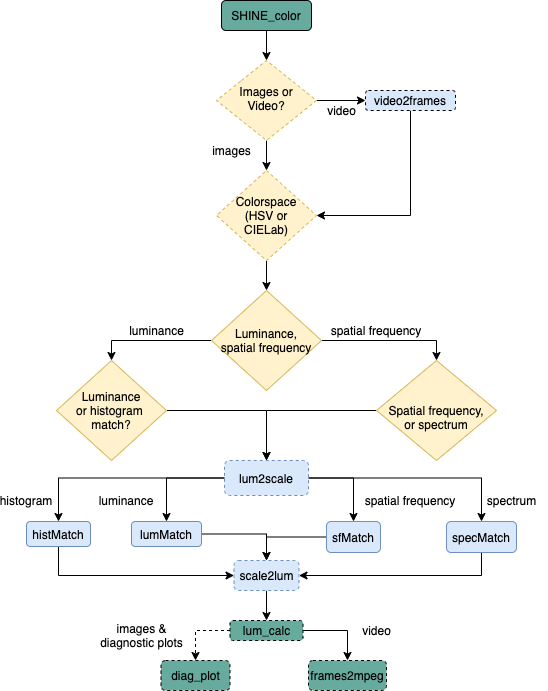
RodDalBen/SHINE_color keeps this draw.io diagram as paper/fig1.png. Above is the earlier version. Source tidied: cells renumbered, new cells last; positions are measured from the earlier drawing's top-left corner, leaving out a move shared by most shapes.
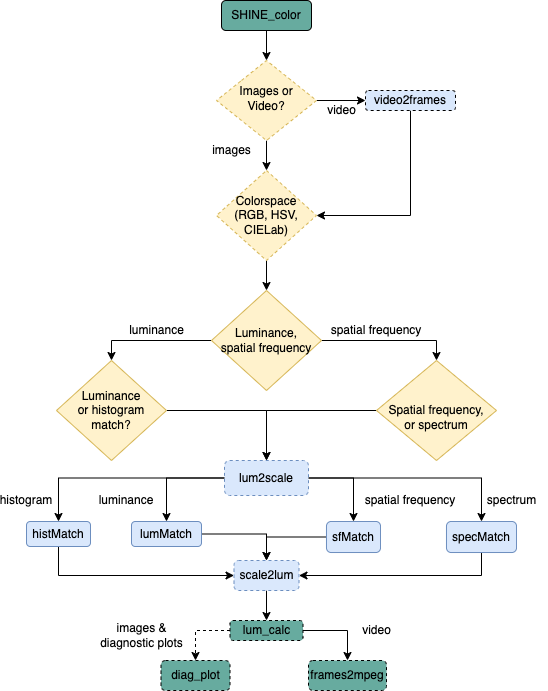
The same diagram one commit later.

Diff of the diagram source:
```diff
@@ -30,7 +30,7 @@
     <mxCell id="9" style="edgeStyle=orthogonalEdgeStyle;rounded=0;jettySize=auto;html=1;" parent="1" edge="1" source="10" target="13">
       <mxGeometry relative="1" as="geometry" />
     </mxCell>
-    <mxCell id="10" value="Colorspace&lt;br&gt;(HSV or&lt;br&gt;CIELab)" style="rhombus;whiteSpace=wrap;html=1;fillColor=#fff2cc;strokeColor=#d6b656;dashed=1;" parent="1" vertex="1">
+    <mxCell id="10" value="Colorspace&lt;br&gt;(RGB, HSV,&lt;br&gt;CIELab)" style="rhombus;whiteSpace=wrap;html=1;fillColor=#fff2cc;strokeColor=#d6b656;dashed=1;" parent="1" vertex="1">
       <mxGeometry x="210" y="170" width="100" height="90" as="geometry" />
     </mxCell>
     <mxCell id="11" style="edgeStyle=orthogonalEdgeStyle;rounded=0;jettySize=auto;html=1;entryX=0.5;entryY=0;entryDx=0;entryDy=0;" parent="1" edge="1" source="13" target="15">
```
